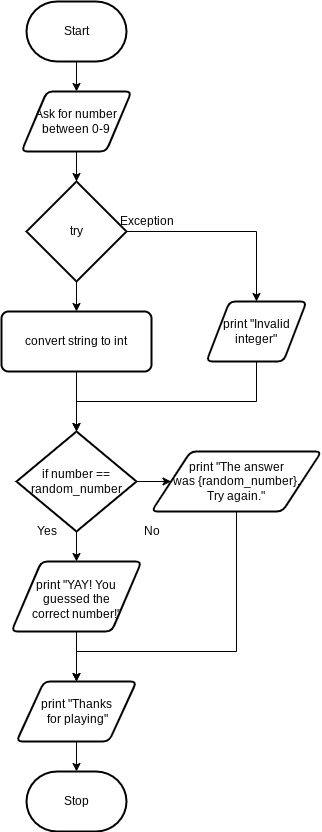
The draw.io diagram design/flowchart.png in Johanna-liu16/ICS3U-Unit-3-06-python, before a commit. Source tidied: cells renumbered, new cells last; positions are measured from the earlier drawing's top-left corner, leaving out a move shared by most shapes. Source of this version:
```xml
<mxGraphModel>
  <root>
    <mxCell id="0" />
    <mxCell id="1" parent="0" />
    <mxCell id="2" style="edgeStyle=none;html=1;entryX=0.5;entryY=0;entryDx=0;entryDy=0;" parent="1" edge="1" source="3" target="6">
      <mxGeometry relative="1" as="geometry" />
    </mxCell>
    <mxCell id="3" value="Start" style="strokeWidth=2;html=1;shape=mxgraph.flowchart.terminator;whiteSpace=wrap;" parent="1" vertex="1">
      <mxGeometry x="25" width="100" height="60" as="geometry" />
    </mxCell>
    <mxCell id="4" value="Stop" style="strokeWidth=2;html=1;shape=mxgraph.flowchart.terminator;whiteSpace=wrap;" parent="1" vertex="1">
      <mxGeometry x="25" y="770" width="100" height="60" as="geometry" />
    </mxCell>
    <mxCell id="5" style="edgeStyle=none;html=1;entryX=0.5;entryY=0;entryDx=0;entryDy=0;entryPerimeter=0;" parent="1" edge="1" source="6" target="18">
      <mxGeometry relative="1" as="geometry" />
    </mxCell>
    <mxCell id="6" value="Ask for number between 0-9" style="shape=parallelogram;html=1;strokeWidth=2;perimeter=parallelogramPerimeter;whiteSpace=wrap;rounded=1;arcSize=12;size=0.23;" parent="1" vertex="1">
      <mxGeometry x="20" y="90" width="110" height="60" as="geometry" />
    </mxCell>
    <mxCell id="7" style="edgeStyle=none;html=1;" parent="1" edge="1" source="9" target="11">
      <mxGeometry relative="1" as="geometry" />
    </mxCell>
    <mxCell id="8" style="edgeStyle=none;html=1;entryX=0;entryY=0.5;entryDx=0;entryDy=0;" parent="1" edge="1" source="9" target="13">
      <mxGeometry relative="1" as="geometry" />
    </mxCell>
    <mxCell id="9" value="if number == random_number" style="strokeWidth=2;html=1;shape=mxgraph.flowchart.decision;whiteSpace=wrap;" parent="1" vertex="1">
      <mxGeometry x="15" y="430" width="120" height="100" as="geometry" />
    </mxCell>
    <mxCell id="10" style="edgeStyle=orthogonalEdgeStyle;rounded=0;html=1;entryX=0.5;entryY=0;entryDx=0;entryDy=0;" parent="1" edge="1" source="11" target="25">
      <mxGeometry relative="1" as="geometry" />
    </mxCell>
    <mxCell id="11" value="print &quot;YAY! You guessed the &lt;br&gt;correct number!&quot;" style="shape=parallelogram;html=1;strokeWidth=2;perimeter=parallelogramPerimeter;whiteSpace=wrap;rounded=1;arcSize=12;size=0.23;spacingLeft=0;spacingBottom=-5;" parent="1" vertex="1">
      <mxGeometry x="10" y="560" width="130" height="70" as="geometry" />
    </mxCell>
    <mxCell id="12" style="edgeStyle=orthogonalEdgeStyle;rounded=0;html=1;" parent="1" edge="1" source="13" target="25">
      <mxGeometry relative="1" as="geometry">
        <Array as="points">
          <mxPoint x="235" y="650" />
          <mxPoint x="75" y="650" />
        </Array>
      </mxGeometry>
    </mxCell>
    <mxCell id="13" value="print &quot;The answer &lt;br&gt;was {random_number}.&lt;br&gt;Try again.&quot;" style="shape=parallelogram;html=1;strokeWidth=2;perimeter=parallelogramPerimeter;whiteSpace=wrap;rounded=1;arcSize=12;size=0.23;" parent="1" vertex="1">
      <mxGeometry x="150" y="450" width="170" height="60" as="geometry" />
    </mxCell>
    <mxCell id="14" value="No" style="text;html=1;align=center;verticalAlign=middle;strokeColor=none;fillColor=none;" parent="1" vertex="1">
      <mxGeometry x="135" y="520" width="30" height="20" as="geometry" />
    </mxCell>
    <mxCell id="15" value="Yes" style="text;html=1;align=center;verticalAlign=middle;strokeColor=none;fillColor=none;" parent="1" vertex="1">
      <mxGeometry x="25" y="520" width="40" height="20" as="geometry" />
    </mxCell>
    <mxCell id="16" style="edgeStyle=none;html=1;entryX=0.5;entryY=0;entryDx=0;entryDy=0;" parent="1" edge="1" source="18" target="20">
      <mxGeometry relative="1" as="geometry" />
    </mxCell>
    <mxCell id="17" style="edgeStyle=none;html=1;rounded=0;entryX=0.5;entryY=0;entryDx=0;entryDy=0;" parent="1" edge="1" source="18" target="23">
      <mxGeometry relative="1" as="geometry">
        <Array as="points">
          <mxPoint x="255" y="230" />
        </Array>
      </mxGeometry>
    </mxCell>
    <mxCell id="18" value="try" style="strokeWidth=2;html=1;shape=mxgraph.flowchart.decision;whiteSpace=wrap;" parent="1" vertex="1">
      <mxGeometry x="25" y="180" width="100" height="100" as="geometry" />
    </mxCell>
    <mxCell id="19" style="edgeStyle=orthogonalEdgeStyle;rounded=0;html=1;entryX=0.5;entryY=0;entryDx=0;entryDy=0;entryPerimeter=0;" parent="1" edge="1" source="20" target="9">
      <mxGeometry relative="1" as="geometry" />
    </mxCell>
    <mxCell id="20" value="convert string to int" style="rounded=1;whiteSpace=wrap;html=1;absoluteArcSize=1;arcSize=14;strokeWidth=2;" parent="1" vertex="1">
      <mxGeometry y="310" width="150" height="60" as="geometry" />
    </mxCell>
    <mxCell id="21" value="Exception" style="text;html=1;align=center;verticalAlign=middle;strokeColor=none;fillColor=none;" parent="1" vertex="1">
      <mxGeometry x="110" y="210" width="70" height="20" as="geometry" />
    </mxCell>
    <mxCell id="22" style="edgeStyle=orthogonalEdgeStyle;rounded=0;html=1;entryX=0.5;entryY=0;entryDx=0;entryDy=0;entryPerimeter=0;" parent="1" edge="1" source="23" target="9">
      <mxGeometry relative="1" as="geometry">
        <Array as="points">
          <mxPoint x="255" y="400" />
          <mxPoint x="75" y="400" />
        </Array>
      </mxGeometry>
    </mxCell>
    <mxCell id="23" value="print &quot;Invalid integer&quot;" style="shape=parallelogram;html=1;strokeWidth=2;perimeter=parallelogramPerimeter;whiteSpace=wrap;rounded=1;arcSize=12;size=0.23;" parent="1" vertex="1">
      <mxGeometry x="205" y="300" width="100" height="60" as="geometry" />
    </mxCell>
    <mxCell id="24" style="edgeStyle=orthogonalEdgeStyle;rounded=0;html=1;" parent="1" edge="1" source="25" target="4">
      <mxGeometry relative="1" as="geometry" />
    </mxCell>
    <mxCell id="25" value="print &quot;Thanks&lt;br&gt;&amp;nbsp;for playing&quot;" style="shape=parallelogram;html=1;strokeWidth=2;perimeter=parallelogramPerimeter;whiteSpace=wrap;rounded=1;arcSize=12;size=0.23;" parent="1" vertex="1">
      <mxGeometry x="15" y="680" width="120" height="60" as="geometry" />
    </mxCell>
  </root>
</mxGraphModel>
```
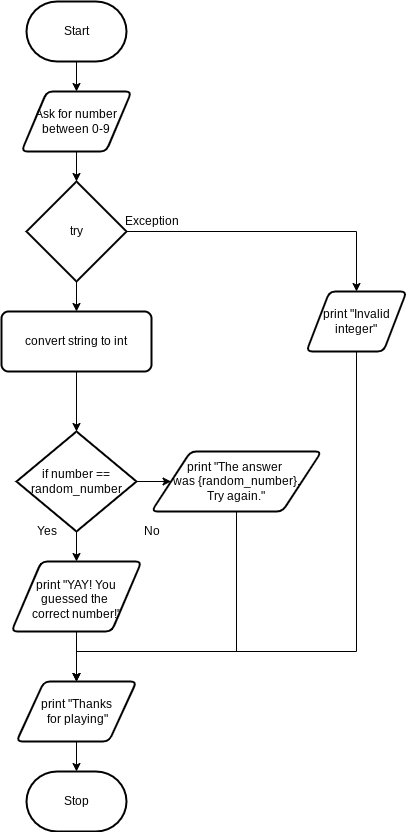
The same diagram one commit later.

Diff of the diagram source:
```diff
@@ -55,7 +55,7 @@
     <mxCell id="17" style="edgeStyle=none;html=1;rounded=0;entryX=0.5;entryY=0;entryDx=0;entryDy=0;" parent="1" edge="1" source="18" target="23">
       <mxGeometry relative="1" as="geometry">
         <Array as="points">
-          <mxPoint x="255" y="230" />
+          <mxPoint x="355" y="230" />
         </Array>
       </mxGeometry>
     </mxCell>
@@ -69,18 +69,26 @@
       <mxGeometry y="310" width="150" height="60" as="geometry" />
     </mxCell>
     <mxCell id="21" value="Exception" style="text;html=1;align=center;verticalAlign=middle;strokeColor=none;fillColor=none;" parent="1" vertex="1">
-      <mxGeometry x="110" y="210" width="70" height="20" as="geometry" />
+      <mxGeometry x="115" y="210" width="70" height="20" as="geometry" />
     </mxCell>
-    <mxCell id="22" style="edgeStyle=orthogonalEdgeStyle;rounded=0;html=1;entryX=0.5;entryY=0;entryDx=0;entryDy=0;entryPerimeter=0;" parent="1" edge="1" source="23" target="9">
-      <mxGeometry relative="1" as="geometry">
-        <Array as="points">
-          <mxPoint x="255" y="400" />
-          <mxPoint x="75" y="400" />
-        </Array>
-      </mxGeometry>
-    </mxCell>
+    <mxCell id="26" style="edgeStyle=orthogonalEdgeStyle;html=1;rounded=0;strokeColor=none;" parent="1" edge="1" source="23" target="4">
+      <mxGeometry relative="1" as="geometry">
+        <Array as="points">
+          <mxPoint x="405" y="660" />
+          <mxPoint x="75" y="660" />
+        </Array>
+      </mxGeometry>
+    </mxCell>
+    <mxCell id="27" style="edgeStyle=orthogonalEdgeStyle;rounded=0;html=1;entryX=0.5;entryY=0;entryDx=0;entryDy=0;" parent="1" edge="1" source="23" target="25">
+      <mxGeometry relative="1" as="geometry">
+        <Array as="points">
+          <mxPoint x="355" y="650" />
+          <mxPoint x="75" y="650" />
+        </Array>
+      </mxGeometry>
+    </mxCell>
     <mxCell id="23" value="print &quot;Invalid integer&quot;" style="shape=parallelogram;html=1;strokeWidth=2;perimeter=parallelogramPerimeter;whiteSpace=wrap;rounded=1;arcSize=12;size=0.23;" parent="1" vertex="1">
-      <mxGeometry x="205" y="300" width="100" height="60" as="geometry" />
+      <mxGeometry x="305" y="290" width="100" height="60" as="geometry" />
     </mxCell>
     <mxCell id="24" style="edgeStyle=orthogonalEdgeStyle;rounded=0;html=1;" parent="1" edge="1" source="25" target="4">
       <mxGeometry relative="1" as="geometry" />
```
